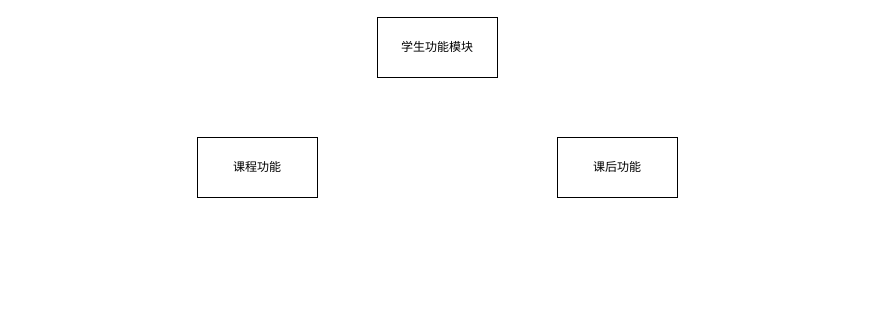
Earlier version of the draw.io diagram 学生功能模块层次图.drawio (YuChenLiao/UML). Source tidied: cells renumbered, new cells numbered last; positions are measured from the earlier drawing's top-left corner, leaving out a move shared by most shapes. Both pictures are drawn from the tidied source at 100%, with x=0, y=0 at pixel (197, 17).
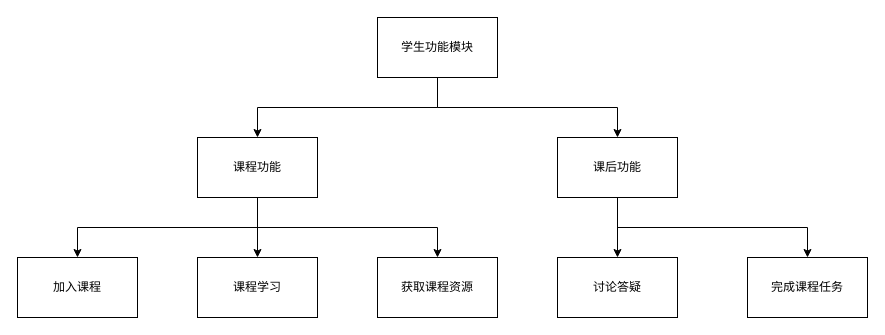
The same diagram, later.

Commit message (it also covers changes not shown here):
更新学生功能模块层次图.drawio

What changed in the source:
```diff
@@
 <mxGraphModel>
   <root>
     <mxCell id="0" />
     <mxCell id="1" parent="0" />
+    <mxCell id="5" style="edgeStyle=orthogonalEdgeStyle;rounded=0;jettySize=auto;html=1;exitX=0.5;exitY=1;exitDx=0;exitDy=0;" parent="1" edge="1" source="2" target="3">
+      <mxGeometry relative="1" as="geometry" />
+    </mxCell>
+    <mxCell id="6" style="edgeStyle=orthogonalEdgeStyle;rounded=0;jettySize=auto;html=1;exitX=0.5;exitY=1;exitDx=0;exitDy=0;entryX=0.5;entryY=0;entryDx=0;entryDy=0;" parent="1" edge="1" source="2" target="4">
+      <mxGeometry relative="1" as="geometry" />
+    </mxCell>
     <mxCell id="2" value="学生功能模块" style="rounded=0;whiteSpace=wrap;html=1;" parent="1" vertex="1">
       <mxGeometry x="180" width="120" height="60" as="geometry" />
     </mxCell>
+    <mxCell id="7" style="edgeStyle=orthogonalEdgeStyle;rounded=0;jettySize=auto;html=1;exitX=0.5;exitY=1;exitDx=0;exitDy=0;entryX=0.5;entryY=0;entryDx=0;entryDy=0;" parent="1" edge="1" source="3" target="12">
+      <mxGeometry relative="1" as="geometry" />
+    </mxCell>
+    <mxCell id="8" style="edgeStyle=orthogonalEdgeStyle;rounded=0;jettySize=auto;html=1;exitX=0.5;exitY=1;exitDx=0;exitDy=0;entryX=0.5;entryY=0;entryDx=0;entryDy=0;" parent="1" edge="1" source="3" target="13">
+      <mxGeometry relative="1" as="geometry" />
+    </mxCell>
+    <mxCell id="9" style="edgeStyle=orthogonalEdgeStyle;rounded=0;jettySize=auto;html=1;exitX=0.5;exitY=1;exitDx=0;exitDy=0;entryX=0.5;entryY=0;entryDx=0;entryDy=0;" parent="1" edge="1" source="3" target="14">
+      <mxGeometry relative="1" as="geometry" />
+    </mxCell>
     <mxCell id="3" value="课程功能" style="rounded=0;whiteSpace=wrap;html=1;" parent="1" vertex="1">
       <mxGeometry y="120" width="120" height="60" as="geometry" />
     </mxCell>
+    <mxCell id="10" style="edgeStyle=orthogonalEdgeStyle;rounded=0;jettySize=auto;html=1;exitX=0.5;exitY=1;exitDx=0;exitDy=0;" parent="1" edge="1" source="4" target="15">
+      <mxGeometry relative="1" as="geometry" />
+    </mxCell>
+    <mxCell id="11" style="edgeStyle=orthogonalEdgeStyle;rounded=0;jettySize=auto;html=1;exitX=0.5;exitY=1;exitDx=0;exitDy=0;" parent="1" edge="1" source="4" target="16">
+      <mxGeometry relative="1" as="geometry" />
+    </mxCell>
     <mxCell id="4" value="课后功能" style="rounded=0;whiteSpace=wrap;html=1;" parent="1" vertex="1">
       <mxGeometry x="360" y="120" width="120" height="60" as="geometry" />
     </mxCell>
+    <mxCell id="12" value="加入课程" style="rounded=0;whiteSpace=wrap;html=1;" parent="1" vertex="1">
+      <mxGeometry x="-180" y="240" width="120" height="60" as="geometry" />
+    </mxCell>
+    <mxCell id="13" value="课程学习" style="rounded=0;whiteSpace=wrap;html=1;" parent="1" vertex="1">
+      <mxGeometry y="240" width="120" height="60" as="geometry" />
+    </mxCell>
+    <mxCell id="14" value="获取课程资源" style="rounded=0;whiteSpace=wrap;html=1;" parent="1" vertex="1">
+      <mxGeometry x="180" y="240" width="120" height="60" as="geometry" />
+    </mxCell>
+    <mxCell id="15" value="讨论答疑" style="rounded=0;whiteSpace=wrap;html=1;" parent="1" vertex="1">
+      <mxGeometry x="360" y="240" width="120" height="60" as="geometry" />
+    </mxCell>
+    <mxCell id="16" value="完成课程任务" style="rounded=0;whiteSpace=wrap;html=1;" parent="1" vertex="1">
+      <mxGeometry x="550" y="240" width="120" height="60" as="geometry" />
+    </mxCell>
   </root>
 </mxGraphModel>
```
